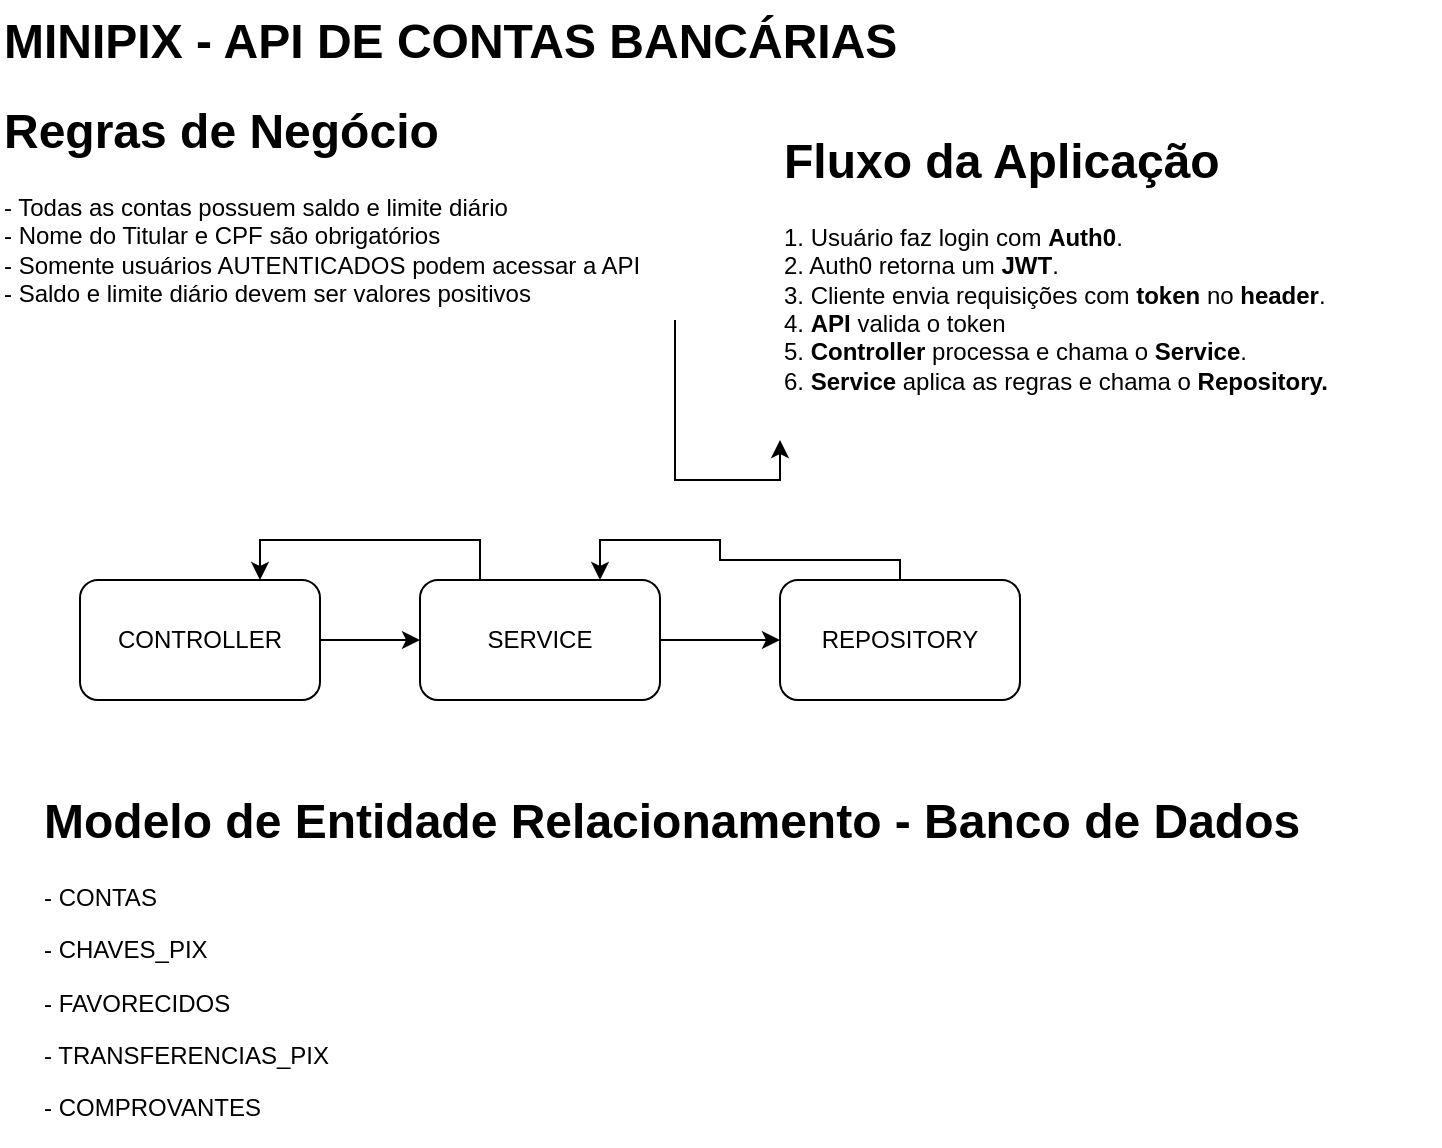
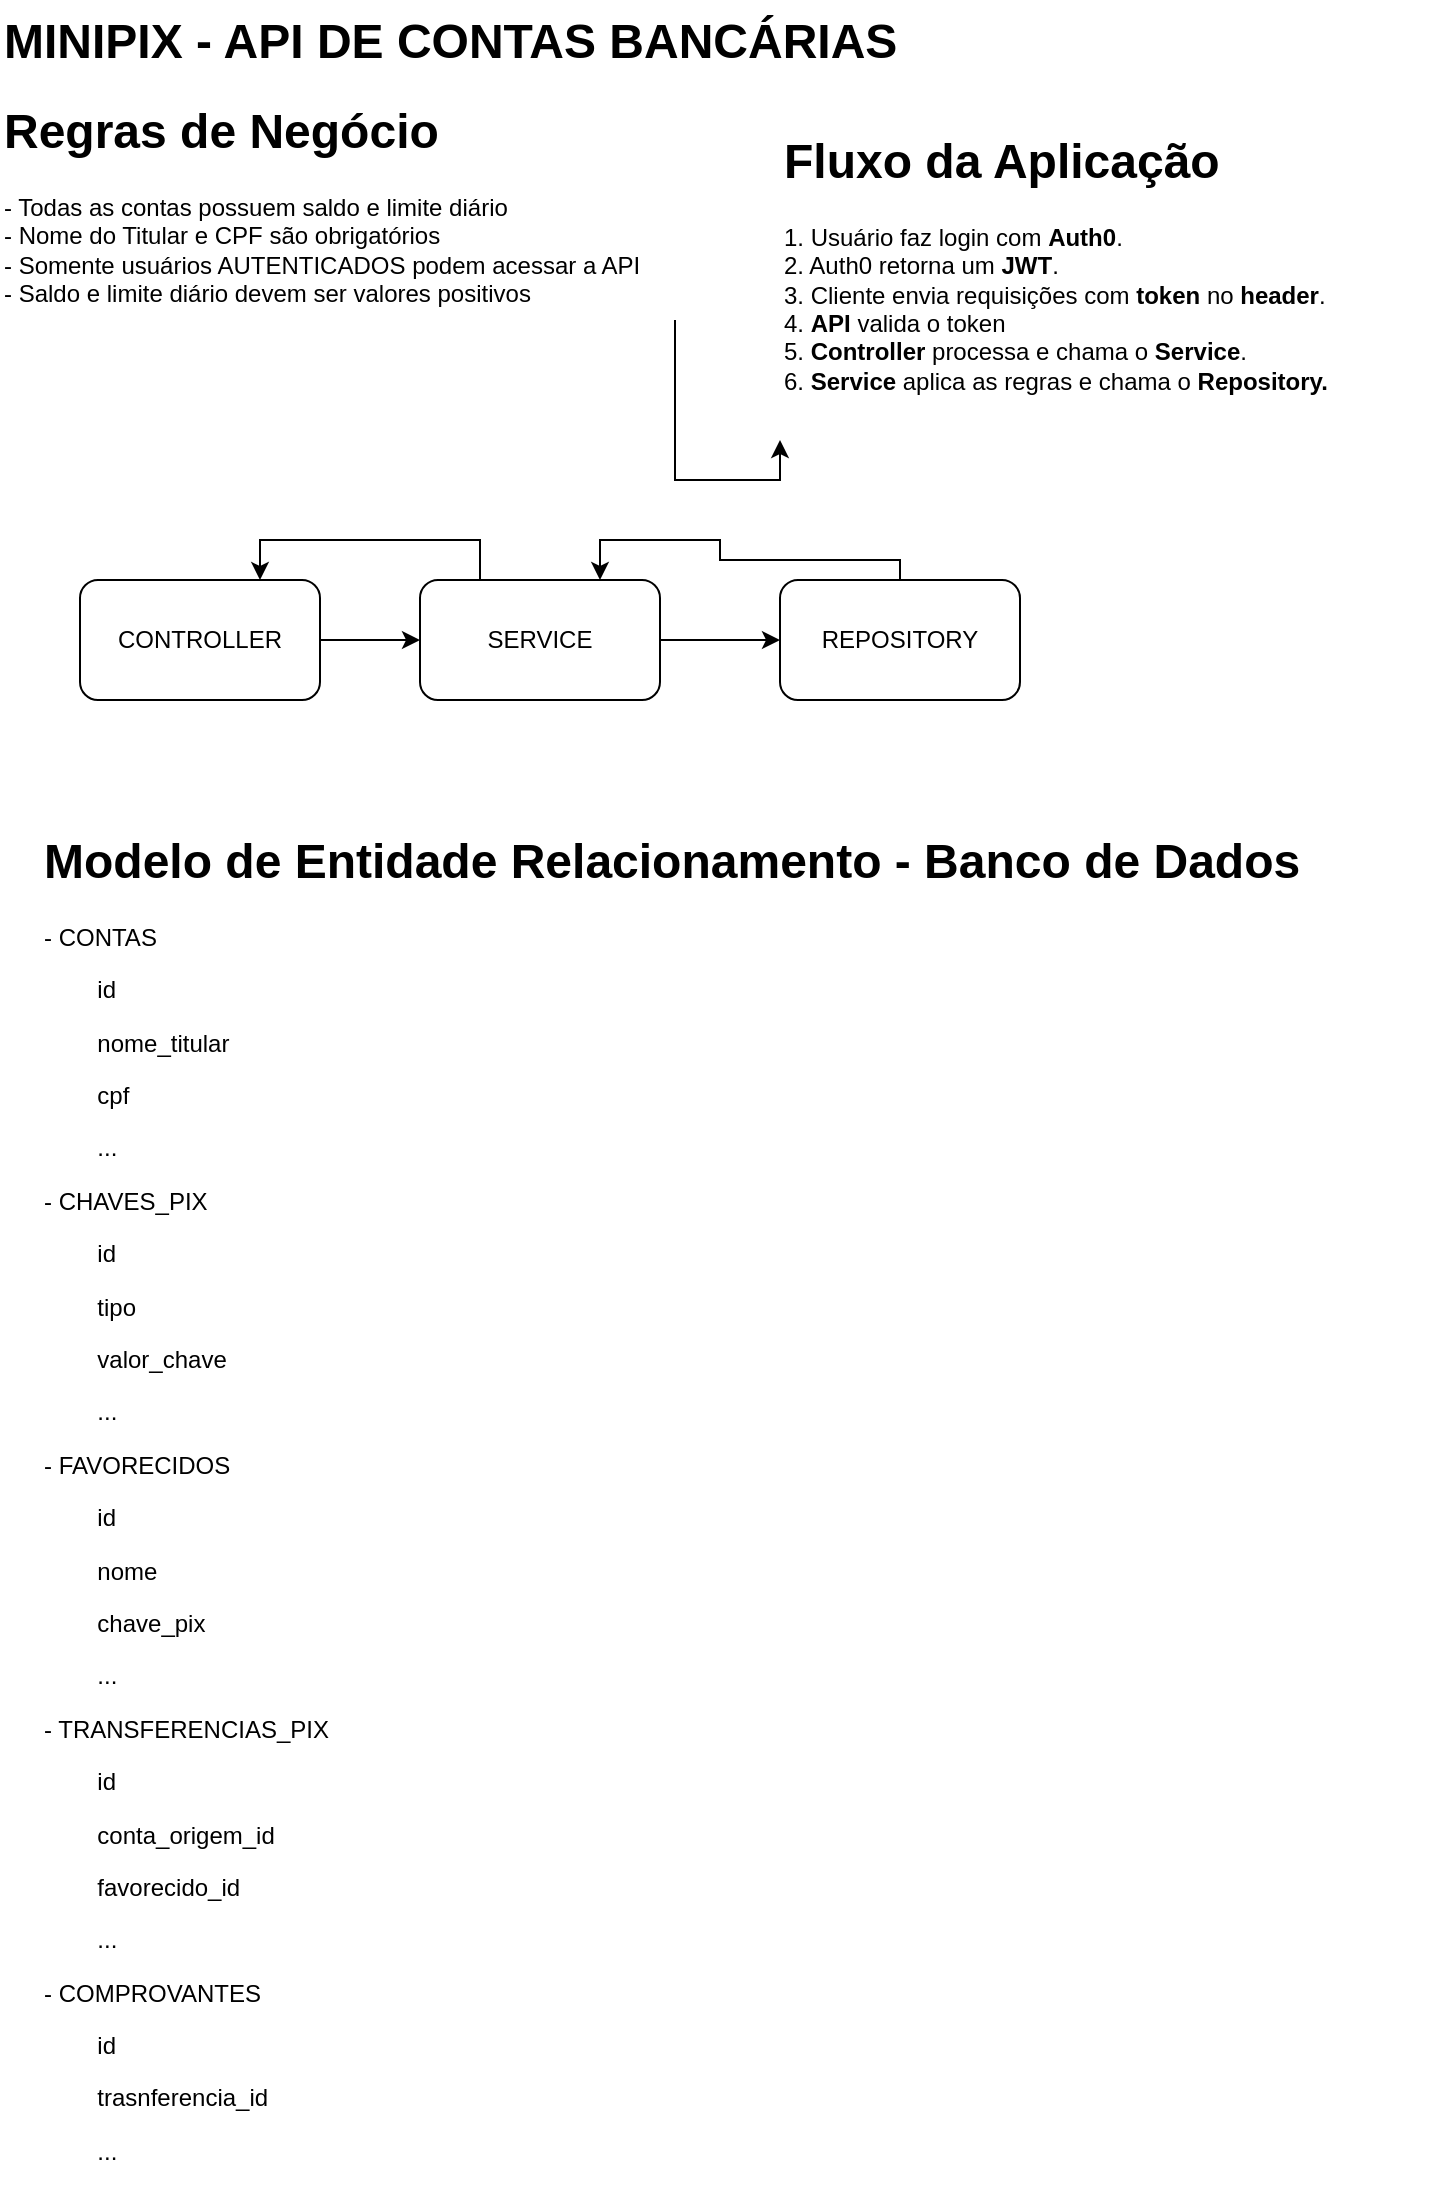
- <mxfile host="app.diagrams.net" agent="Mozilla/5.0 (Windows NT 10.0; Win64; x64) AppleWebKit/537.36 (KHTML, like Gecko) Chrome/148.0.0.0 Safari/537.36" version="28.0.6">
+ <mxfile host="app.diagrams.net" agent="Mozilla/5.0 (Windows NT 10.0; Win64; x64) AppleWebKit/537.36 (KHTML, like Gecko) Chrome/148.0.0.0 Safari/537.36">
  <diagram name="Página-1" id="4iU4Qyb5KEnO_kZj7m1H">
-     <mxGraphModel dx="872" dy="511" grid="1" gridSize="10" guides="1" tooltips="1" connect="1" arrows="1" fold="1" page="1" pageScale="1" pageWidth="827" pageHeight="1169" math="0" shadow="0">
+     <mxGraphModel dx="1012" dy="706" grid="1" gridSize="10" guides="1" tooltips="1" connect="1" arrows="1" fold="1" page="1" pageScale="1" pageWidth="827" pageHeight="1169" math="0" shadow="0">
      <root>
        <mxCell id="0" />
        <mxCell id="1" parent="0" />
-         <mxCell id="2MsGO3TslsKYPyUmYsML-5" style="edgeStyle=orthogonalEdgeStyle;rounded=0;orthogonalLoop=1;jettySize=auto;html=1;exitX=0.75;exitY=1;exitDx=0;exitDy=0;entryX=0;entryY=1;entryDx=0;entryDy=0;" edge="1" parent="1" source="2MsGO3TslsKYPyUmYsML-1" target="2MsGO3TslsKYPyUmYsML-2">
+         <mxCell id="2MsGO3TslsKYPyUmYsML-5" edge="1" parent="1" source="2MsGO3TslsKYPyUmYsML-1" style="edgeStyle=orthogonalEdgeStyle;rounded=0;orthogonalLoop=1;jettySize=auto;html=1;exitX=0.75;exitY=1;exitDx=0;exitDy=0;entryX=0;entryY=1;entryDx=0;entryDy=0;" target="2MsGO3TslsKYPyUmYsML-2">
          <mxGeometry relative="1" as="geometry" />
        </mxCell>
-         <mxCell id="2MsGO3TslsKYPyUmYsML-1" value="&lt;h1 style=&quot;margin-top: 0px;&quot;&gt;&lt;span style=&quot;background-color: transparent; color: light-dark(rgb(0, 0, 0), rgb(255, 255, 255));&quot;&gt;MINIPIX - API DE CONTAS BANCÁRIAS&lt;/span&gt;&lt;/h1&gt;&lt;h1 style=&quot;margin-top: 0px;&quot;&gt;Regras de Negócio&lt;/h1&gt;&lt;div&gt;- Todas as contas possuem saldo e limite diário&lt;/div&gt;&lt;div&gt;- Nome do Titular e CPF são obrigatórios&lt;/div&gt;&lt;div&gt;- Somente usuários AUTENTICADOS podem acessar a API&lt;/div&gt;&lt;div&gt;- Saldo e limite diário devem ser valores positivos&lt;/div&gt;" style="text;html=1;whiteSpace=wrap;overflow=hidden;rounded=0;" vertex="1" parent="1">
-           <mxGeometry x="40" y="40" width="450" height="160" as="geometry" />
+         <mxCell id="2MsGO3TslsKYPyUmYsML-1" parent="1" style="text;html=1;whiteSpace=wrap;overflow=hidden;rounded=0;" value="&lt;h1 style=&quot;margin-top: 0px;&quot;&gt;&lt;span style=&quot;background-color: transparent; color: light-dark(rgb(0, 0, 0), rgb(255, 255, 255));&quot;&gt;MINIPIX - API DE CONTAS BANCÁRIAS&lt;/span&gt;&lt;/h1&gt;&lt;h1 style=&quot;margin-top: 0px;&quot;&gt;Regras de Negócio&lt;/h1&gt;&lt;div&gt;- Todas as contas possuem saldo e limite diário&lt;/div&gt;&lt;div&gt;- Nome do Titular e CPF são obrigatórios&lt;/div&gt;&lt;div&gt;- Somente usuários AUTENTICADOS podem acessar a API&lt;/div&gt;&lt;div&gt;- Saldo e limite diário devem ser valores positivos&lt;/div&gt;" vertex="1">
+           <mxGeometry height="160" width="450" x="40" y="40" as="geometry" />
        </mxCell>
-         <mxCell id="2MsGO3TslsKYPyUmYsML-2" value="&lt;h1 style=&quot;margin-top: 0px;&quot;&gt;&lt;span style=&quot;background-color: transparent; color: light-dark(rgb(0, 0, 0), rgb(255, 255, 255));&quot;&gt;Fluxo da Aplicação&lt;/span&gt;&lt;/h1&gt;&lt;div&gt;&lt;span style=&quot;background-color: transparent; color: light-dark(rgb(0, 0, 0), rgb(255, 255, 255));&quot;&gt;1. Usuário faz login com &lt;b&gt;Auth0&lt;/b&gt;.&lt;/span&gt;&lt;/div&gt;&lt;div&gt;&lt;span style=&quot;background-color: transparent; color: light-dark(rgb(0, 0, 0), rgb(255, 255, 255));&quot;&gt;2. Auth0 retorna um &lt;b&gt;JWT&lt;/b&gt;.&lt;/span&gt;&lt;/div&gt;&lt;div&gt;&lt;span style=&quot;background-color: transparent; color: light-dark(rgb(0, 0, 0), rgb(255, 255, 255));&quot;&gt;3. Cliente envia requisições com &lt;b&gt;token &lt;/b&gt;no &lt;b&gt;header&lt;/b&gt;.&lt;/span&gt;&lt;/div&gt;&lt;div&gt;&lt;span style=&quot;background-color: transparent; color: light-dark(rgb(0, 0, 0), rgb(255, 255, 255));&quot;&gt;4. &lt;b&gt;API &lt;/b&gt;valida o token&lt;/span&gt;&lt;/div&gt;&lt;div&gt;&lt;span style=&quot;background-color: transparent; color: light-dark(rgb(0, 0, 0), rgb(255, 255, 255));&quot;&gt;5. &lt;b&gt;Controller &lt;/b&gt;processa e chama o &lt;b&gt;Service&lt;/b&gt;.&lt;/span&gt;&lt;/div&gt;&lt;div&gt;&lt;span style=&quot;background-color: transparent; color: light-dark(rgb(0, 0, 0), rgb(255, 255, 255));&quot;&gt;6. &lt;b&gt;Service&lt;/b&gt;&amp;nbsp;aplica as regras e chama o &lt;b&gt;Repository.&lt;/b&gt;&lt;/span&gt;&lt;/div&gt;&lt;div&gt;&lt;span style=&quot;background-color: transparent; color: light-dark(rgb(0, 0, 0), rgb(255, 255, 255));&quot;&gt;&lt;br&gt;&lt;/span&gt;&lt;/div&gt;" style="text;html=1;whiteSpace=wrap;overflow=hidden;rounded=0;" vertex="1" parent="1">
-           <mxGeometry x="430" y="100" width="300" height="160" as="geometry" />
+         <mxCell id="2MsGO3TslsKYPyUmYsML-2" parent="1" style="text;html=1;whiteSpace=wrap;overflow=hidden;rounded=0;" value="&lt;h1 style=&quot;margin-top: 0px;&quot;&gt;&lt;span style=&quot;background-color: transparent; color: light-dark(rgb(0, 0, 0), rgb(255, 255, 255));&quot;&gt;Fluxo da Aplicação&lt;/span&gt;&lt;/h1&gt;&lt;div&gt;&lt;span style=&quot;background-color: transparent; color: light-dark(rgb(0, 0, 0), rgb(255, 255, 255));&quot;&gt;1. Usuário faz login com &lt;b&gt;Auth0&lt;/b&gt;.&lt;/span&gt;&lt;/div&gt;&lt;div&gt;&lt;span style=&quot;background-color: transparent; color: light-dark(rgb(0, 0, 0), rgb(255, 255, 255));&quot;&gt;2. Auth0 retorna um &lt;b&gt;JWT&lt;/b&gt;.&lt;/span&gt;&lt;/div&gt;&lt;div&gt;&lt;span style=&quot;background-color: transparent; color: light-dark(rgb(0, 0, 0), rgb(255, 255, 255));&quot;&gt;3. Cliente envia requisições com &lt;b&gt;token &lt;/b&gt;no &lt;b&gt;header&lt;/b&gt;.&lt;/span&gt;&lt;/div&gt;&lt;div&gt;&lt;span style=&quot;background-color: transparent; color: light-dark(rgb(0, 0, 0), rgb(255, 255, 255));&quot;&gt;4. &lt;b&gt;API &lt;/b&gt;valida o token&lt;/span&gt;&lt;/div&gt;&lt;div&gt;&lt;span style=&quot;background-color: transparent; color: light-dark(rgb(0, 0, 0), rgb(255, 255, 255));&quot;&gt;5. &lt;b&gt;Controller &lt;/b&gt;processa e chama o &lt;b&gt;Service&lt;/b&gt;.&lt;/span&gt;&lt;/div&gt;&lt;div&gt;&lt;span style=&quot;background-color: transparent; color: light-dark(rgb(0, 0, 0), rgb(255, 255, 255));&quot;&gt;6. &lt;b&gt;Service&lt;/b&gt;&amp;nbsp;aplica as regras e chama o &lt;b&gt;Repository.&lt;/b&gt;&lt;/span&gt;&lt;/div&gt;&lt;div&gt;&lt;span style=&quot;background-color: transparent; color: light-dark(rgb(0, 0, 0), rgb(255, 255, 255));&quot;&gt;&lt;br&gt;&lt;/span&gt;&lt;/div&gt;" vertex="1">
+           <mxGeometry height="160" width="300" x="430" y="100" as="geometry" />
        </mxCell>
-         <mxCell id="2MsGO3TslsKYPyUmYsML-9" style="edgeStyle=orthogonalEdgeStyle;rounded=0;orthogonalLoop=1;jettySize=auto;html=1;exitX=1;exitY=0.5;exitDx=0;exitDy=0;entryX=0;entryY=0.5;entryDx=0;entryDy=0;" edge="1" parent="1" source="2MsGO3TslsKYPyUmYsML-6" target="2MsGO3TslsKYPyUmYsML-7">
+         <mxCell id="2MsGO3TslsKYPyUmYsML-9" edge="1" parent="1" source="2MsGO3TslsKYPyUmYsML-6" style="edgeStyle=orthogonalEdgeStyle;rounded=0;orthogonalLoop=1;jettySize=auto;html=1;exitX=1;exitY=0.5;exitDx=0;exitDy=0;entryX=0;entryY=0.5;entryDx=0;entryDy=0;" target="2MsGO3TslsKYPyUmYsML-7">
          <mxGeometry relative="1" as="geometry" />
        </mxCell>
-         <mxCell id="2MsGO3TslsKYPyUmYsML-6" value="CONTROLLER" style="rounded=1;whiteSpace=wrap;html=1;" vertex="1" parent="1">
-           <mxGeometry x="80" y="330" width="120" height="60" as="geometry" />
+         <mxCell id="2MsGO3TslsKYPyUmYsML-6" parent="1" style="rounded=1;whiteSpace=wrap;html=1;" value="CONTROLLER" vertex="1">
+           <mxGeometry height="60" width="120" x="80" y="330" as="geometry" />
        </mxCell>
-         <mxCell id="2MsGO3TslsKYPyUmYsML-10" style="edgeStyle=orthogonalEdgeStyle;rounded=0;orthogonalLoop=1;jettySize=auto;html=1;exitX=1;exitY=0.5;exitDx=0;exitDy=0;entryX=0;entryY=0.5;entryDx=0;entryDy=0;" edge="1" parent="1" source="2MsGO3TslsKYPyUmYsML-7" target="2MsGO3TslsKYPyUmYsML-8">
+         <mxCell id="2MsGO3TslsKYPyUmYsML-10" edge="1" parent="1" source="2MsGO3TslsKYPyUmYsML-7" style="edgeStyle=orthogonalEdgeStyle;rounded=0;orthogonalLoop=1;jettySize=auto;html=1;exitX=1;exitY=0.5;exitDx=0;exitDy=0;entryX=0;entryY=0.5;entryDx=0;entryDy=0;" target="2MsGO3TslsKYPyUmYsML-8">
          <mxGeometry relative="1" as="geometry" />
        </mxCell>
-         <mxCell id="2MsGO3TslsKYPyUmYsML-12" style="edgeStyle=orthogonalEdgeStyle;rounded=0;orthogonalLoop=1;jettySize=auto;html=1;exitX=0.25;exitY=0;exitDx=0;exitDy=0;entryX=0.75;entryY=0;entryDx=0;entryDy=0;" edge="1" parent="1" source="2MsGO3TslsKYPyUmYsML-7" target="2MsGO3TslsKYPyUmYsML-6">
+         <mxCell id="2MsGO3TslsKYPyUmYsML-12" edge="1" parent="1" source="2MsGO3TslsKYPyUmYsML-7" style="edgeStyle=orthogonalEdgeStyle;rounded=0;orthogonalLoop=1;jettySize=auto;html=1;exitX=0.25;exitY=0;exitDx=0;exitDy=0;entryX=0.75;entryY=0;entryDx=0;entryDy=0;" target="2MsGO3TslsKYPyUmYsML-6">
          <mxGeometry relative="1" as="geometry" />
        </mxCell>
-         <mxCell id="2MsGO3TslsKYPyUmYsML-7" value="SERVICE" style="rounded=1;whiteSpace=wrap;html=1;" vertex="1" parent="1">
-           <mxGeometry x="250" y="330" width="120" height="60" as="geometry" />
+         <mxCell id="2MsGO3TslsKYPyUmYsML-7" parent="1" style="rounded=1;whiteSpace=wrap;html=1;" value="SERVICE" vertex="1">
+           <mxGeometry height="60" width="120" x="250" y="330" as="geometry" />
        </mxCell>
-         <mxCell id="2MsGO3TslsKYPyUmYsML-11" style="edgeStyle=orthogonalEdgeStyle;rounded=0;orthogonalLoop=1;jettySize=auto;html=1;entryX=0.75;entryY=0;entryDx=0;entryDy=0;" edge="1" parent="1" source="2MsGO3TslsKYPyUmYsML-8" target="2MsGO3TslsKYPyUmYsML-7">
+         <mxCell id="2MsGO3TslsKYPyUmYsML-11" edge="1" parent="1" source="2MsGO3TslsKYPyUmYsML-8" style="edgeStyle=orthogonalEdgeStyle;rounded=0;orthogonalLoop=1;jettySize=auto;html=1;entryX=0.75;entryY=0;entryDx=0;entryDy=0;" target="2MsGO3TslsKYPyUmYsML-7">
          <mxGeometry relative="1" as="geometry">
            <Array as="points">
              <mxPoint x="490" y="320" />
              <mxPoint x="400" y="320" />
              <mxPoint x="400" y="310" />
              <mxPoint x="340" y="310" />
            </Array>
          </mxGeometry>
        </mxCell>
-         <mxCell id="2MsGO3TslsKYPyUmYsML-8" value="REPOSITORY" style="rounded=1;whiteSpace=wrap;html=1;" vertex="1" parent="1">
-           <mxGeometry x="430" y="330" width="120" height="60" as="geometry" />
+         <mxCell id="2MsGO3TslsKYPyUmYsML-8" parent="1" style="rounded=1;whiteSpace=wrap;html=1;" value="REPOSITORY" vertex="1">
+           <mxGeometry height="60" width="120" x="430" y="330" as="geometry" />
        </mxCell>
-         <mxCell id="2MsGO3TslsKYPyUmYsML-13" value="&lt;h1 style=&quot;margin-top: 0px;&quot;&gt;Modelo de Entidade Relacionamento - Banco de Dados&lt;/h1&gt;&lt;p&gt;- CONTAS&lt;/p&gt;&lt;p&gt;- CHAVES_PIX&lt;/p&gt;&lt;p&gt;- FAVORECIDOS&lt;/p&gt;&lt;p&gt;- TRANSFERENCIAS_PIX&lt;/p&gt;&lt;p&gt;- COMPROVANTES&lt;/p&gt;" style="text;html=1;whiteSpace=wrap;overflow=hidden;rounded=0;" vertex="1" parent="1">
-           <mxGeometry x="60" y="430" width="700" height="180" as="geometry" />
+         <mxCell id="2MsGO3TslsKYPyUmYsML-13" parent="1" style="text;html=1;whiteSpace=wrap;overflow=hidden;rounded=0;" value="&lt;h1 style=&quot;margin-top: 0px;&quot;&gt;Modelo de Entidade Relacionamento - Banco de Dados&lt;/h1&gt;&lt;p&gt;- CONTAS&lt;/p&gt;&lt;p&gt;&lt;span style=&quot;white-space: pre;&quot;&gt;&#x9;&lt;/span&gt;id&lt;br&gt;&lt;/p&gt;&lt;p&gt;&lt;span style=&quot;white-space: pre;&quot;&gt;&#x9;&lt;/span&gt;nome_titular&lt;br&gt;&lt;/p&gt;&lt;p&gt;&lt;span style=&quot;white-space: pre;&quot;&gt;&#x9;&lt;/span&gt;cpf&lt;br&gt;&lt;/p&gt;&lt;p&gt;&lt;span style=&quot;white-space: pre;&quot;&gt;&#x9;&lt;/span&gt;...&lt;br&gt;&lt;/p&gt;&lt;p&gt;- CHAVES_PIX&lt;/p&gt;&lt;p&gt;&lt;span style=&quot;white-space: pre;&quot;&gt;&#x9;&lt;/span&gt;id&lt;br&gt;&lt;/p&gt;&lt;p&gt;&lt;span style=&quot;white-space: pre;&quot;&gt;&#x9;&lt;/span&gt;tipo&lt;br&gt;&lt;/p&gt;&lt;p&gt;&lt;span style=&quot;white-space: pre;&quot;&gt;&#x9;&lt;/span&gt;valor_chave&lt;br&gt;&lt;/p&gt;&lt;p&gt;&lt;span style=&quot;white-space: pre;&quot;&gt;&#x9;&lt;/span&gt;...&lt;br&gt;&lt;/p&gt;&lt;p&gt;- FAVORECIDOS&lt;/p&gt;&lt;p&gt;&lt;span style=&quot;white-space: pre;&quot;&gt;&#x9;&lt;/span&gt;id&lt;br&gt;&lt;/p&gt;&lt;p&gt;&lt;span style=&quot;white-space: pre;&quot;&gt;&#x9;&lt;/span&gt;nome&lt;br&gt;&lt;/p&gt;&lt;p&gt;&lt;span style=&quot;white-space: pre;&quot;&gt;&#x9;&lt;/span&gt;chave_pix&lt;br&gt;&lt;/p&gt;&lt;p&gt;&lt;span style=&quot;white-space: pre;&quot;&gt;&#x9;&lt;/span&gt;...&lt;br&gt;&lt;/p&gt;&lt;p&gt;- TRANSFERENCIAS_PIX&lt;/p&gt;&lt;p&gt;&lt;span style=&quot;white-space: pre;&quot;&gt;&#x9;&lt;/span&gt;id&lt;br&gt;&lt;/p&gt;&lt;p&gt;&lt;span style=&quot;white-space: pre;&quot;&gt;&#x9;&lt;/span&gt;conta_origem_id&lt;br&gt;&lt;/p&gt;&lt;p&gt;&lt;span style=&quot;white-space: pre;&quot;&gt;&#x9;&lt;/span&gt;favorecido_id&lt;br&gt;&lt;/p&gt;&lt;p&gt;&lt;span style=&quot;white-space: pre;&quot;&gt;&#x9;&lt;/span&gt;...&lt;br&gt;&lt;/p&gt;&lt;p&gt;- COMPROVANTES&lt;/p&gt;&lt;p&gt;&lt;span style=&quot;white-space: pre;&quot;&gt;&#x9;&lt;/span&gt;id&lt;br&gt;&lt;/p&gt;&lt;p&gt;&lt;span style=&quot;white-space: pre;&quot;&gt;&#x9;&lt;/span&gt;trasnferencia_id&lt;br&gt;&lt;/p&gt;&lt;p&gt;&lt;span style=&quot;white-space: pre;&quot;&gt;&#x9;&lt;/span&gt;...&lt;br&gt;&lt;/p&gt;" vertex="1">
+           <mxGeometry height="690" width="700" x="60" y="450" as="geometry" />
        </mxCell>
      </root>
    </mxGraphModel>
  </diagram>
</mxfile>
